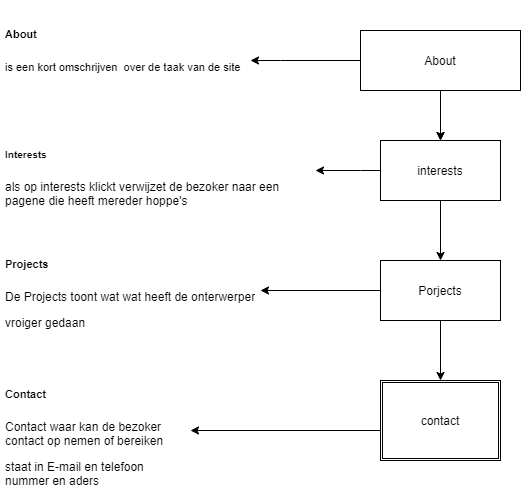
Above: 01-Challenge/Taak02-Ontwerpen/student-boomstructuur.drawio.png in OsamaALHamoud/Challenge-Portfolio (draw.io), before the change. Source tidied: cells renumbered, new cells last; positions are measured from the earlier drawing's top-left corner, leaving out a move shared by most shapes.
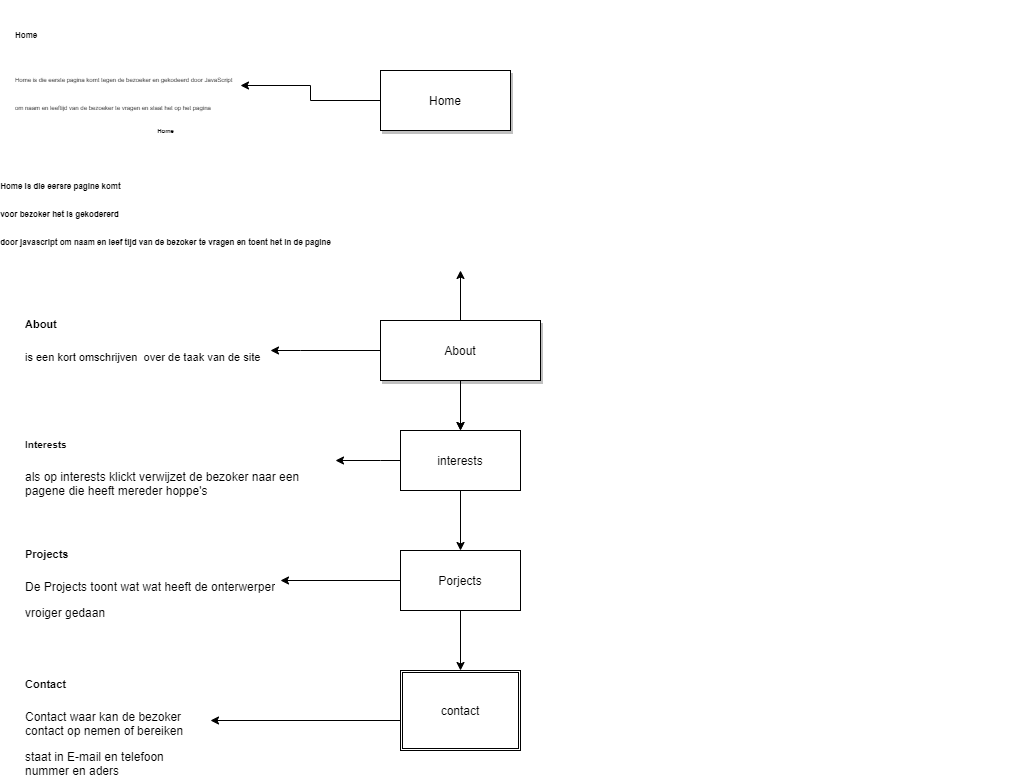
The same diagram one commit later.

What changed in the source:
```diff
@@ -16,7 +16,12 @@
         </Array>
       </mxGeometry>
     </mxCell>
+    <mxCell id="19" style="edgeStyle=orthogonalEdgeStyle;rounded=0;jettySize=auto;html=1;exitX=0.5;exitY=0;exitDx=0;exitDy=0;" parent="1" edge="1" source="5">
+      <mxGeometry relative="1" as="geometry">
+        <mxPoint x="440" y="-30" as="targetPoint" />
+      </mxGeometry>
+    </mxCell>
-    <mxCell id="5" value="About" style="whiteSpace=wrap;html=1;" parent="1" vertex="1">
+    <mxCell id="5" value="About" style="whiteSpace=wrap;html=1;shadow=1;" parent="1" vertex="1">
       <mxGeometry x="360" y="20" width="160" height="60" as="geometry" />
     </mxCell>
     <mxCell id="6" style="edgeStyle=orthogonalEdgeStyle;rounded=0;jettySize=auto;html=1;entryX=0.5;entryY=0;entryDx=0;entryDy=0;" parent="1" edge="1" source="8" target="14">
@@ -67,5 +72,20 @@
     <mxCell id="18" value="&lt;h1&gt;&lt;font style=&quot;font-size: 11px&quot;&gt;Contact&lt;/font&gt;&lt;/h1&gt;&lt;p&gt;Contact waar kan de bezoker contact op nemen of bereiken&amp;nbsp;&lt;/p&gt;&lt;p&gt;staat in E-mail en telefoon nummer en aders&lt;/p&gt;&lt;p&gt;&lt;br&gt;&lt;/p&gt;" style="text;html=1;strokeColor=none;fillColor=none;spacing=5;spacingTop=-20;whiteSpace=wrap;overflow=hidden;rounded=0;" parent="1" vertex="1">
       <mxGeometry y="360" width="190" height="120" as="geometry" />
     </mxCell>
+    <mxCell id="20" style="edgeStyle=orthogonalEdgeStyle;rounded=0;jettySize=auto;html=1;exitX=0;exitY=0.5;exitDx=0;exitDy=0;" parent="1" edge="1" source="21" target="24">
+      <mxGeometry relative="1" as="geometry" />
+    </mxCell>
+    <mxCell id="21" value="Home" style="rounded=0;whiteSpace=wrap;html=1;shadow=1;" parent="1" vertex="1">
+      <mxGeometry x="360" y="-230" width="130" height="60" as="geometry" />
+    </mxCell>
+    <mxCell id="22" value="&lt;h1 class=&quot;section-hero-header-title-title gm2-headline-5&quot; style=&quot;background: rgb(255 , 255 , 255) ; border: 0px ; border-radius: 0px ; font-weight: 400 ; font-stretch: inherit ; font-size: 1.375rem ; line-height: 1.75rem ; font-family: &amp;#34;google sans&amp;#34; , &amp;#34;roboto&amp;#34; , &amp;#34;arial&amp;#34; , sans-serif ; list-style: none ; margin: 0px ; outline: 0px ; overflow: visible ; padding: 0px ; vertical-align: baseline ; color: rgb(0 , 0 , 0)&quot;&gt;&lt;br&gt;&lt;/h1&gt;" style="text;html=1;strokeColor=none;fillColor=none;spacing=5;spacingTop=-20;whiteSpace=wrap;overflow=hidden;rounded=0;shadow=1;" parent="1" vertex="1">
+      <mxGeometry x="810" y="-170" width="190" height="120" as="geometry" />
+    </mxCell>
+    <mxCell id="23" value="&lt;font style=&quot;font-size: 6px&quot;&gt;Home&lt;br&gt;&lt;br&gt;&lt;/font&gt;&lt;div style=&quot;text-align: left&quot;&gt;&lt;font style=&quot;font-size: 8px&quot;&gt;Home is die eersre pagine komt&amp;nbsp;&lt;/font&gt;&lt;/div&gt;&lt;div style=&quot;text-align: left&quot;&gt;&lt;font style=&quot;font-size: 8px&quot;&gt;voor bezoker het is gekodererd&amp;nbsp;&lt;/font&gt;&lt;/div&gt;&lt;div style=&quot;text-align: left&quot;&gt;&lt;span style=&quot;font-size: 8px&quot;&gt;door javascript om naam en leef tijd van de bezoker te vragen en toent het in de pagine&lt;/span&gt;&lt;/div&gt;" style="text;strokeColor=none;fillColor=none;html=1;fontSize=24;fontStyle=1;verticalAlign=middle;align=center;shadow=1;" parent="1" vertex="1">
+      <mxGeometry x="100" y="-150" width="90" height="60" as="geometry" />
+    </mxCell>
+    <mxCell id="24" value="&lt;h1&gt;&lt;span&gt;&lt;font style=&quot;font-size: 8px&quot;&gt;Home&amp;nbsp;&lt;/font&gt;&lt;/span&gt;&lt;/h1&gt;&lt;h1&gt;&lt;span style=&quot;font-weight: normal&quot;&gt;&lt;font style=&quot;font-size: 6px&quot;&gt;Home is die eerste pagina komt tegen de bezoeker en gekodeerd door JavaScript om naam en leeftijd van de bezoeker te vragen en slaat het op het pagina&lt;/font&gt;&lt;/span&gt;&lt;br&gt;&lt;/h1&gt;" style="text;html=1;strokeColor=none;fillColor=none;spacing=5;spacingTop=-20;whiteSpace=wrap;overflow=hidden;rounded=0;shadow=1;" parent="1" vertex="1">
+      <mxGeometry x="-10" y="-290" width="230" height="150" as="geometry" />
+    </mxCell>
   </root>
 </mxGraphModel>
```
